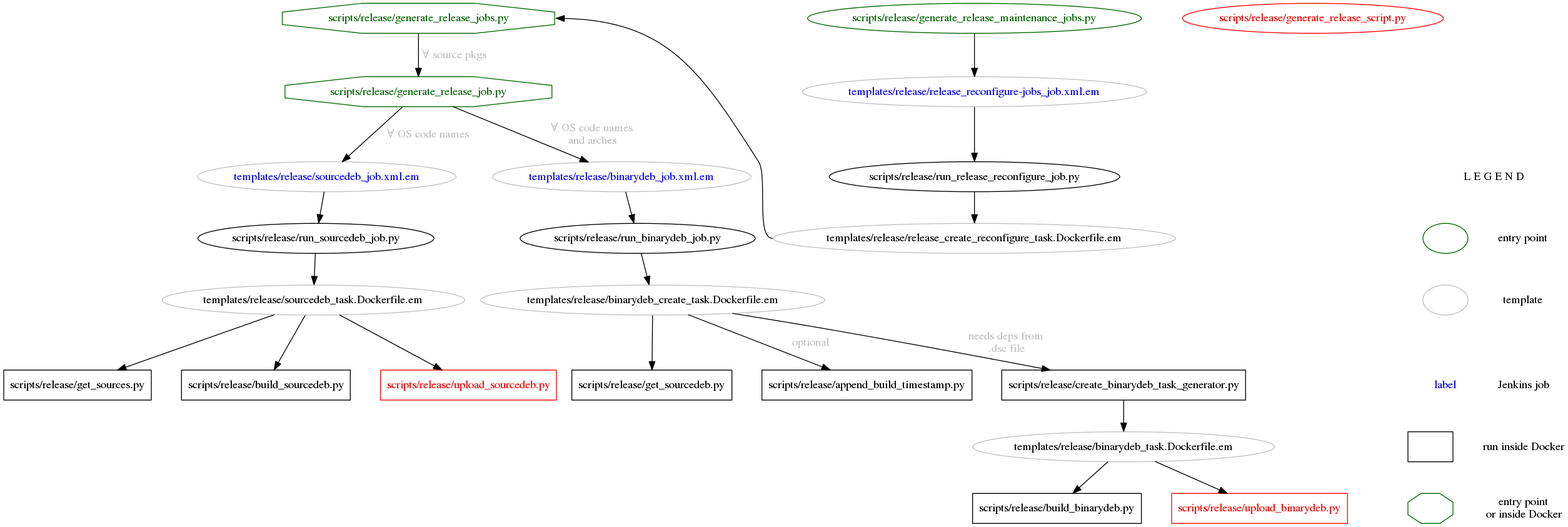
This is doc/release_call_graph.png from ros-infrastructure/ros_buildfarm, a Graphviz export, as it was before one commit. Its source is kept beside it as doc/release_call_graph.dot. The source it was exported from:
```dot
digraph {
	# release scripts
	scripts__release__append_build_timestamp [label="scripts/release/append_build_timestamp.py"]
	scripts__release__build_binarydeb [label="scripts/release/build_binarydeb.py"]
	scripts__release__build_sourcedeb [label="scripts/release/build_sourcedeb.py"]
	scripts__release__create_binarydeb_task_generator [label="scripts/release/create_binarydeb_task_generator.py"]
	scripts__release__generate_release_job [label="scripts/release/generate_release_job.py"]
	scripts__release__generate_release_jobs [label="scripts/release/generate_release_jobs.py"]
	scripts__release__generate_release_maintenance_jobs [label="scripts/release/generate_release_maintenance_jobs.py"]
	scripts__release__generate_release_script [label="scripts/release/generate_release_script.py"]
	scripts__release__get_sourcedeb [label="scripts/release/get_sourcedeb.py"]
	scripts__release__get_sources [label="scripts/release/get_sources.py"]
	scripts__release__run_binarydeb_job [label="scripts/release/run_binarydeb_job.py"]
	scripts__release__run_release_reconfigure_job [label="scripts/release/run_release_reconfigure_job.py"]
	scripts__release__run_sourcedeb_job [label="scripts/release/run_sourcedeb_job.py"]
	scripts__release__upload_binarydeb [label="scripts/release/upload_binarydeb.py"]
	scripts__release__upload_sourcedeb [label="scripts/release/upload_sourcedeb.py"]

	# release templates
	templates__release__binarydeb_create_task__Dockerfile [label="templates/release/binarydeb_create_task.Dockerfile.em"]
	templates__release__binarydeb_job__xml [label="templates/release/binarydeb_job.xml.em"]
	templates__release__binarydeb_task__Dockerfile [label="templates/release/binarydeb_task.Dockerfile.em"]
	templates__release__release_create_reconfigure_task__Dockerfile [label="templates/release/release_create_reconfigure_task.Dockerfile.em"]
	templates__release__release_reconfigure_jobs_job__xml [label="templates/release/release_reconfigure-jobs_job.xml.em"]
	templates__release__sourcedeb_job__xml [label="templates/release/sourcedeb_job.xml.em"]
	templates__release__sourcedeb_task__Dockerfile [label="templates/release/sourcedeb_task.Dockerfile.em"]

	# templates
	templates__release__binarydeb_create_task__Dockerfile,
	templates__release__binarydeb_job__xml,
	templates__release__binarydeb_task__Dockerfile,
	templates__release__release_create_reconfigure_task__Dockerfile,
	templates__release__release_reconfigure_jobs_job__xml,
	templates__release__sourcedeb_job__xml,
	templates__release__sourcedeb_task__Dockerfile
		[color="gray"]

	# run in Docker container
	scripts__release__append_build_timestamp,
	scripts__release__build_binarydeb,
	scripts__release__build_sourcedeb,
	scripts__release__create_binarydeb_task_generator,
	scripts__release__get_sourcedeb,
	scripts__release__get_sources,
	scripts__release__upload_binarydeb,
	scripts__release__upload_sourcedeb
		[shape="box"]
	scripts__release__generate_release_job,
	scripts__release__generate_release_jobs
		[shape="octagon"]

	# Jenkins job templates
	templates__release__binarydeb_job__xml,
	templates__release__release_reconfigure_jobs_job__xml,
	templates__release__sourcedeb_job__xml
		[fontcolor="blue"]

	# entry points
	scripts__release__generate_release_job,
	scripts__release__generate_release_jobs,
	scripts__release__generate_release_maintenance_jobs,
	scripts__release__generate_release_script
		[color="darkgreen", fontcolor="darkgreen"]

	# TODO
	scripts__release__generate_release_script,
	scripts__release__upload_binarydeb,
	scripts__release__upload_sourcedeb
		[color="red", fontcolor="red"]

	# call graph
	scripts__release__generate_release_maintenance_jobs -> templates__release__release_reconfigure_jobs_job__xml [weight="2"]
	templates__release__release_reconfigure_jobs_job__xml -> scripts__release__run_release_reconfigure_job [weight="2"]
	scripts__release__run_release_reconfigure_job -> templates__release__release_create_reconfigure_task__Dockerfile [weight="2"]
	templates__release__release_create_reconfigure_task__Dockerfile:w -> scripts__release__generate_release_jobs:e [constraint=false]

	scripts__release__generate_release_jobs -> scripts__release__generate_release_job [fontcolor="gray", label=" &forall; source pkgs", weight="2"]
	scripts__release__generate_release_job -> templates__release__sourcedeb_job__xml [fontcolor="gray", label="&forall; OS code names", weight="2"]
	scripts__release__generate_release_job -> templates__release__binarydeb_job__xml [fontcolor="gray", label="&forall; OS code names\nand arches", weight="2"]
	{
		rank = same
		templates__release__sourcedeb_job__xml -> templates__release__binarydeb_job__xml [style = invis]
	}

	# sourcedeb branch
	templates__release__sourcedeb_job__xml -> scripts__release__run_sourcedeb_job [weight="2"]
	scripts__release__run_sourcedeb_job -> templates__release__sourcedeb_task__Dockerfile [weight="2"]
	templates__release__sourcedeb_task__Dockerfile -> scripts__release__get_sources
	templates__release__sourcedeb_task__Dockerfile -> scripts__release__build_sourcedeb
	templates__release__sourcedeb_task__Dockerfile -> scripts__release__upload_sourcedeb
	{
		rank = same
		scripts__release__get_sources -> scripts__release__build_sourcedeb -> scripts__release__upload_sourcedeb [style = invis]
	}

	# binarydeb branch
	templates__release__binarydeb_job__xml -> scripts__release__run_binarydeb_job [weight="2"]
	scripts__release__run_binarydeb_job -> templates__release__binarydeb_create_task__Dockerfile [weight="2"]
	templates__release__binarydeb_create_task__Dockerfile -> scripts__release__get_sourcedeb
	templates__release__binarydeb_create_task__Dockerfile -> scripts__release__append_build_timestamp [fontcolor="gray", label="optional"]
	templates__release__binarydeb_create_task__Dockerfile -> scripts__release__create_binarydeb_task_generator [fontcolor="gray", label="needs deps from\n.dsc file"]
	{
		rank = same
		scripts__release__get_sourcedeb -> scripts__release__append_build_timestamp -> scripts__release__create_binarydeb_task_generator [style = invis]
	}
	scripts__release__create_binarydeb_task_generator -> templates__release__binarydeb_task__Dockerfile [weight="2"]
	templates__release__binarydeb_task__Dockerfile -> scripts__release__build_binarydeb
	templates__release__binarydeb_task__Dockerfile -> scripts__release__upload_binarydeb
	{
		rank = same
		scripts__release__build_binarydeb -> scripts__release__upload_binarydeb [style = invis]
	}

	subgraph legend_subgraph {
		label="Legend"
		node [margin="0", shape="none"]
		legend_anchor [height="0", label="L E G E N D"]

		edge [style="invis"]
		spacer1 [label=""]
		spacer2 [label=""]
		spacer1 -> spacer2 -> legend_anchor

		k1 [color="darkgreen", label="", shape="ellipse"]
		v1 [label="entry point"]
		legend_anchor -> k1
		legend_anchor -> v1

		k2 [color="gray", label="", shape="ellipse"]
		v2 [label="template"]
		k1 -> k2
		v1 -> v2

		k3 [fontcolor="blue", label="label", shape=none]
		v3 [label="Jenkins job"]
		k2 -> k3
		v2 -> v3

		k4 [label="", shape="box"]
		v4 [label="run inside Docker"]
		k3 -> k4
		v3 -> v4

		k5 [color="darkgreen", label="", shape="octagon"]
		v5 [label="entry point\nor inside Docker"]
		k4 -> k5
		v4 -> v5

		edge [constraint=false]
		k1 -> v1
		k2 -> v2
		k3 -> v3
		k4 -> v4
	}
}
```
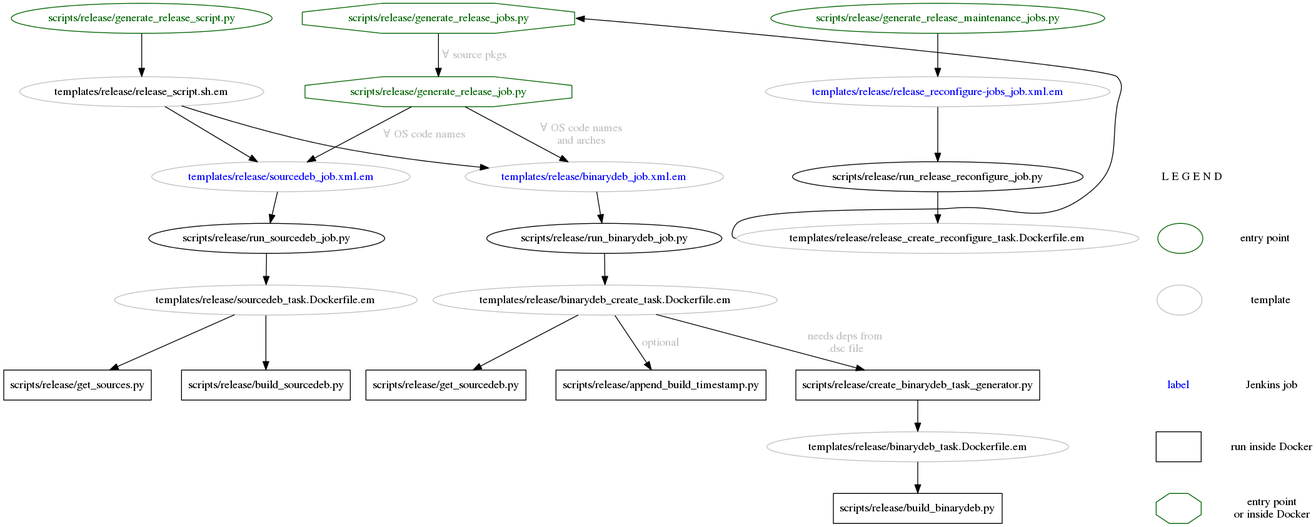
After the commit.

Commit message:
add generator for release shell script

Change to the diagram source:
```diff
@@ -13,8 +13,6 @@
 	scripts__release__run_binarydeb_job [label="scripts/release/run_binarydeb_job.py"]
 	scripts__release__run_release_reconfigure_job [label="scripts/release/run_release_reconfigure_job.py"]
 	scripts__release__run_sourcedeb_job [label="scripts/release/run_sourcedeb_job.py"]
-	scripts__release__upload_binarydeb [label="scripts/release/upload_binarydeb.py"]
-	scripts__release__upload_sourcedeb [label="scripts/release/upload_sourcedeb.py"]
 
 	# release templates
 	templates__release__binarydeb_create_task__Dockerfile [label="templates/release/binarydeb_create_task.Dockerfile.em"]
@@ -22,6 +20,7 @@
 	templates__release__binarydeb_task__Dockerfile [label="templates/release/binarydeb_task.Dockerfile.em"]
 	templates__release__release_create_reconfigure_task__Dockerfile [label="templates/release/release_create_reconfigure_task.Dockerfile.em"]
 	templates__release__release_reconfigure_jobs_job__xml [label="templates/release/release_reconfigure-jobs_job.xml.em"]
+	templates__release__release_script__sh [label="templates/release/release_script.sh.em"]
 	templates__release__sourcedeb_job__xml [label="templates/release/sourcedeb_job.xml.em"]
 	templates__release__sourcedeb_task__Dockerfile [label="templates/release/sourcedeb_task.Dockerfile.em"]
 
@@ -31,6 +30,7 @@
 	templates__release__binarydeb_task__Dockerfile,
 	templates__release__release_create_reconfigure_task__Dockerfile,
 	templates__release__release_reconfigure_jobs_job__xml,
+	templates__release__release_script__sh,
 	templates__release__sourcedeb_job__xml,
 	templates__release__sourcedeb_task__Dockerfile
 		[color="gray"]
@@ -41,9 +41,7 @@
 	scripts__release__build_sourcedeb,
 	scripts__release__create_binarydeb_task_generator,
 	scripts__release__get_sourcedeb,
-	scripts__release__get_sources,
-	scripts__release__upload_binarydeb,
-	scripts__release__upload_sourcedeb
+	scripts__release__get_sources
 		[shape="box"]
 	scripts__release__generate_release_job,
 	scripts__release__generate_release_jobs
@@ -61,12 +59,6 @@
 	scripts__release__generate_release_maintenance_jobs,
 	scripts__release__generate_release_script
 		[color="darkgreen", fontcolor="darkgreen"]
-
-	# TODO
-	scripts__release__generate_release_script,
-	scripts__release__upload_binarydeb,
-	scripts__release__upload_sourcedeb
-		[color="red", fontcolor="red"]
 
 	# call graph
 	scripts__release__generate_release_maintenance_jobs -> templates__release__release_reconfigure_jobs_job__xml [weight="2"]
@@ -87,10 +79,9 @@
 	scripts__release__run_sourcedeb_job -> templates__release__sourcedeb_task__Dockerfile [weight="2"]
 	templates__release__sourcedeb_task__Dockerfile -> scripts__release__get_sources
 	templates__release__sourcedeb_task__Dockerfile -> scripts__release__build_sourcedeb
-	templates__release__sourcedeb_task__Dockerfile -> scripts__release__upload_sourcedeb
 	{
 		rank = same
-		scripts__release__get_sources -> scripts__release__build_sourcedeb -> scripts__release__upload_sourcedeb [style = invis]
+		scripts__release__get_sources -> scripts__release__build_sourcedeb [style = invis]
 	}
 
 	# binarydeb branch
@@ -105,11 +96,17 @@
 	}
 	scripts__release__create_binarydeb_task_generator -> templates__release__binarydeb_task__Dockerfile [weight="2"]
 	templates__release__binarydeb_task__Dockerfile -> scripts__release__build_binarydeb
-	templates__release__binarydeb_task__Dockerfile -> scripts__release__upload_binarydeb
+
+	scripts__release__generate_release_script -> templates__release__release_script__sh [weight="2"]
+	templates__release__release_script__sh -> templates__release__sourcedeb_job__xml [weight="0"]
+	templates__release__release_script__sh -> templates__release__binarydeb_job__xml [weight="0"]
 	{
 		rank = same
-		scripts__release__build_binarydeb -> scripts__release__upload_binarydeb [style = invis]
+		scripts__release__generate_release_script -> scripts__release__generate_release_jobs [style = invis]
 	}
+
+	# invisible edge to make backward arrow layout well
+	#scripts__release__generate_release_maintenance_jobs -> scripts__release__run_release_reconfigure_job [color="red", weight="0"]
 
 	subgraph legend_subgraph {
 		label="Legend"
```
